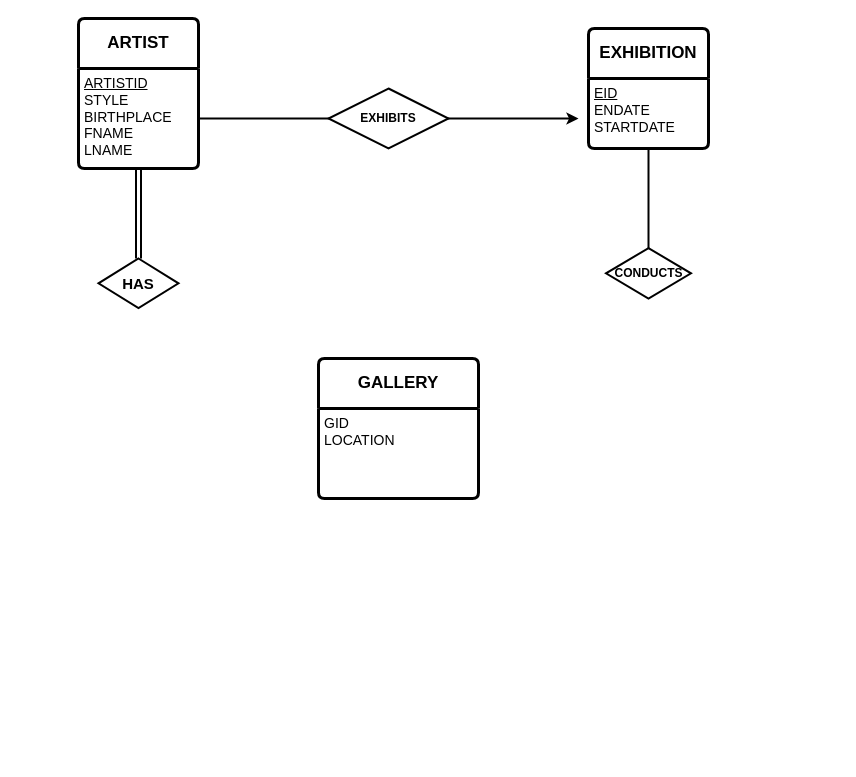
lalitdhimanth/4sem keeps this draw.io diagram as Untitled Diagram.drawio. Above is the earlier version. Source tidied: cells renumbered, new cells numbered last; positions are measured from the earlier drawing's top-left corner, leaving out a move shared by most shapes. Both pictures are drawn from the tidied source at 100%, with x=0, y=0 at pixel (78, 18).
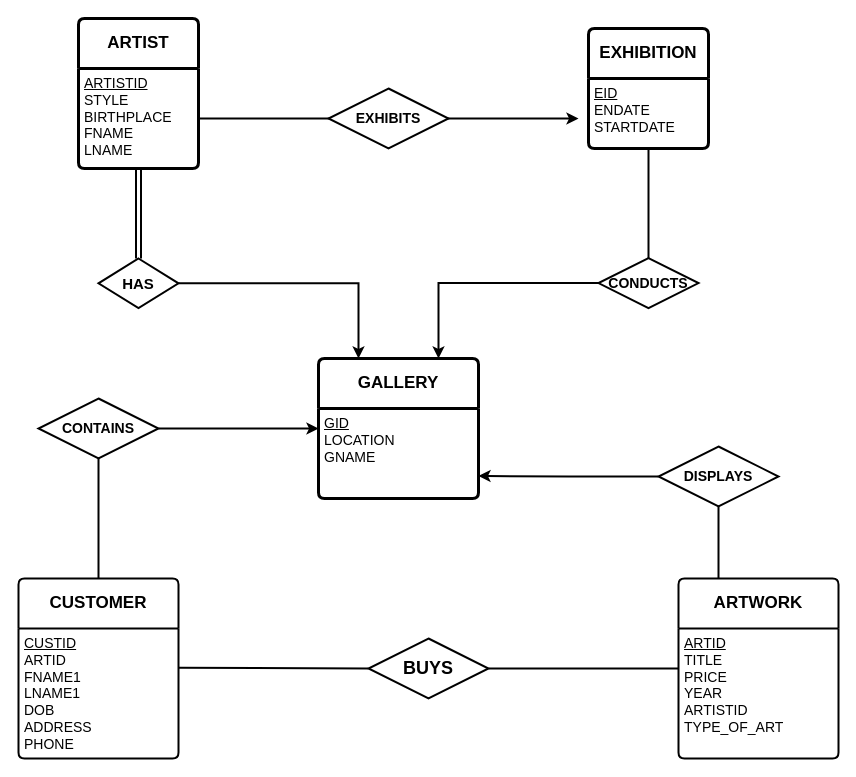
Above is the later version.

Unchanged cells that the change refers to:
```xml
<mxCell id="6" value="&lt;span style=&quot;font-size: 14px;&quot;&gt;&lt;u style=&quot;&quot;&gt;&lt;font style=&quot;font-size: 14px;&quot;&gt;EID&lt;/font&gt;&lt;/u&gt;&lt;/span&gt;&lt;div style=&quot;font-size: 14px;&quot;&gt;&lt;font style=&quot;font-size: 14px;&quot;&gt;ENDATE&lt;/font&gt;&lt;/div&gt;&lt;div style=&quot;font-size: 14px;&quot;&gt;&lt;font style=&quot;font-size: 14px;&quot;&gt;STARTDATE&lt;/font&gt;&lt;/div&gt;" style="align=left;strokeColor=none;fillColor=none;spacingLeft=4;fontSize=12;verticalAlign=top;html=1;" parent="5" vertex="1">
  <mxGeometry y="50" width="120" height="70" as="geometry" />
</mxCell>
<mxCell id="10" value="&lt;b&gt;&lt;font style=&quot;font-size: 15px;&quot;&gt;HAS&lt;/font&gt;&lt;/b&gt;" style="shape=rhombus;perimeter=rhombusPerimeter;whiteSpace=wrap;html=1;align=center;rotation=0;strokeWidth=2;" parent="1" vertex="1">
  <mxGeometry x="20" y="240" width="80" height="49.6" as="geometry" />
</mxCell>
<mxCell id="13" value="&lt;b&gt;&lt;font style=&quot;font-size: 17px;&quot;&gt;GALLERY&lt;/font&gt;&lt;/b&gt;" style="swimlane;horizontal=1;startSize=50;rounded=1;fontSize=14;fontStyle=0;strokeWidth=3;shadow=0;dashed=0;align=center;arcSize=4;whiteSpace=wrap;html=1;" parent="1" vertex="1">
  <mxGeometry x="240" y="340" width="160" height="140" as="geometry" />
</mxCell>
```

Diff of the diagram source:
```diff
@@
-    <mxCell id="8" value="&lt;b&gt;EXHIBITS&lt;/b&gt;" style="shape=rhombus;perimeter=rhombusPerimeter;whiteSpace=wrap;html=1;align=center;strokeWidth=2;" parent="1" vertex="1">
+    <mxCell id="8" value="&lt;font style=&quot;font-size: 14px;&quot;&gt;&lt;b&gt;EXHIBITS&lt;/b&gt;&lt;/font&gt;" style="shape=rhombus;perimeter=rhombusPerimeter;whiteSpace=wrap;html=1;align=center;strokeWidth=2;" parent="1" vertex="1">
       <mxGeometry x="250" y="70" width="120" height="60" as="geometry" />
     </mxCell>
@@
+    <mxCell id="15" style="edgeStyle=orthogonalEdgeStyle;rounded=0;jettySize=auto;html=1;entryX=0.25;entryY=0;entryDx=0;entryDy=0;strokeWidth=2;" parent="1" edge="1" source="10" target="13">
+      <mxGeometry relative="1" as="geometry" />
+    </mxCell>
@@
-    <mxCell id="11" style="edgeStyle=orthogonalEdgeStyle;rounded=0;jettySize=auto;html=1;strokeWidth=2;" parent="1" edge="1" source="6">
-      <mxGeometry relative="1" as="geometry">
-        <mxPoint x="570" y="250" as="targetPoint" />
-      </mxGeometry>
-    </mxCell>
+    <mxCell id="16" style="edgeStyle=orthogonalEdgeStyle;rounded=0;jettySize=auto;html=1;entryX=0.75;entryY=0;entryDx=0;entryDy=0;strokeWidth=2;" parent="1" edge="1" source="12" target="13">
+      <mxGeometry relative="1" as="geometry" />
+    </mxCell>
-    <mxCell id="12" value="&lt;b&gt;CONDUCTS&lt;/b&gt;" style="shape=rhombus;perimeter=rhombusPerimeter;whiteSpace=wrap;html=1;align=center;strokeWidth=2;" parent="1" vertex="1">
-      <mxGeometry x="527.5" y="229.6" width="85" height="50.4" as="geometry" />
+    <mxCell id="12" value="&lt;b&gt;&lt;font style=&quot;font-size: 14px;&quot;&gt;CONDUCTS&lt;/font&gt;&lt;/b&gt;" style="shape=rhombus;perimeter=rhombusPerimeter;whiteSpace=wrap;html=1;align=center;strokeWidth=2;" parent="1" vertex="1">
+      <mxGeometry x="520" y="239.6" width="100" height="50" as="geometry" />
     </mxCell>
@@
-    <mxCell id="14" value="&lt;font style=&quot;font-size: 14px;&quot;&gt;GID&lt;/font&gt;&lt;div&gt;&lt;font style=&quot;font-size: 14px;&quot;&gt;LOCATION&lt;/font&gt;&lt;/div&gt;" style="align=left;strokeColor=none;fillColor=none;spacingLeft=4;fontSize=12;verticalAlign=top;html=1;" parent="13" vertex="1">
+    <mxCell id="14" value="&lt;font style=&quot;font-size: 14px;&quot;&gt;&lt;u&gt;GID&lt;/u&gt;&lt;/font&gt;&lt;div&gt;&lt;font style=&quot;font-size: 14px;&quot;&gt;LOCATION&lt;/font&gt;&lt;/div&gt;&lt;div&gt;&lt;font style=&quot;font-size: 14px;&quot;&gt;GNAME&lt;/font&gt;&lt;/div&gt;" style="align=left;strokeColor=none;fillColor=none;spacingLeft=4;fontSize=12;verticalAlign=top;html=1;" parent="13" vertex="1">
       <mxGeometry y="50" width="160" height="90" as="geometry" />
     </mxCell>
+    <mxCell id="17" style="endArrow=none;html=1;rounded=0;entryX=0.5;entryY=0;entryDx=0;entryDy=0;exitX=0.5;exitY=1;exitDx=0;exitDy=0;strokeWidth=2;" parent="1" edge="1" source="6" target="12">
+      <mxGeometry relative="1" as="geometry" />
+    </mxCell>
+    <mxCell id="18" style="edgeStyle=orthogonalEdgeStyle;rounded=0;jettySize=auto;html=1;entryX=0;entryY=0.5;entryDx=0;entryDy=0;strokeWidth=2;" parent="1" edge="1" source="19" target="13">
+      <mxGeometry relative="1" as="geometry" />
+    </mxCell>
+    <mxCell id="19" value="&lt;font style=&quot;font-size: 14px;&quot;&gt;&lt;b&gt;CONTAINS&lt;/b&gt;&lt;/font&gt;" style="shape=rhombus;perimeter=rhombusPerimeter;whiteSpace=wrap;html=1;align=center;strokeWidth=2;" parent="1" vertex="1">
+      <mxGeometry x="-40" y="380" width="120" height="60" as="geometry" />
+    </mxCell>
+    <mxCell id="20" value="&lt;font style=&quot;font-size: 17px;&quot;&gt;&lt;b&gt;CUSTOMER&lt;/b&gt;&lt;/font&gt;" style="swimlane;horizontal=1;startSize=50;rounded=1;fontSize=14;fontStyle=0;strokeWidth=2;shadow=0;dashed=0;align=center;arcSize=4;whiteSpace=wrap;html=1;" parent="1" vertex="1">
+      <mxGeometry x="-60" y="560" width="160" height="180" as="geometry" />
+    </mxCell>
+    <mxCell id="21" value="&lt;span style=&quot;font-size: 14px;&quot;&gt;&lt;u&gt;CUSTID&lt;/u&gt;&lt;/span&gt;&lt;div&gt;&lt;span style=&quot;font-size: 14px;&quot;&gt;ARTID&lt;/span&gt;&lt;/div&gt;&lt;div&gt;&lt;span style=&quot;font-size: 14px;&quot;&gt;FNAME1&lt;/span&gt;&lt;/div&gt;&lt;div&gt;&lt;span style=&quot;font-size: 14px;&quot;&gt;LNAME1&lt;/span&gt;&lt;/div&gt;&lt;div&gt;&lt;span style=&quot;font-size: 14px;&quot;&gt;DOB&lt;/span&gt;&lt;/div&gt;&lt;div&gt;&lt;span style=&quot;font-size: 14px;&quot;&gt;ADDRESS&lt;/span&gt;&lt;/div&gt;&lt;div&gt;&lt;span style=&quot;font-size: 14px;&quot;&gt;PHONE&lt;/span&gt;&lt;/div&gt;" style="align=left;strokeColor=none;fillColor=none;spacingLeft=4;fontSize=12;verticalAlign=top;html=1;" parent="20" vertex="1">
+      <mxGeometry y="50" width="160" height="130" as="geometry" />
+    </mxCell>
+    <mxCell id="22" value="&lt;font style=&quot;font-size: 17px;&quot;&gt;&lt;b&gt;ARTWORK&lt;/b&gt;&lt;/font&gt;" style="swimlane;horizontal=1;startSize=50;rounded=1;fontSize=14;fontStyle=0;strokeWidth=2;shadow=0;dashed=0;align=center;arcSize=4;whiteSpace=wrap;html=1;" parent="1" vertex="1">
+      <mxGeometry x="600" y="560" width="160" height="180" as="geometry" />
+    </mxCell>
+    <mxCell id="23" value="&lt;span style=&quot;font-size: 14px;&quot;&gt;&lt;u&gt;ARTID&lt;/u&gt;&lt;/span&gt;&lt;div&gt;&lt;span style=&quot;font-size: 14px;&quot;&gt;TITLE&lt;/span&gt;&lt;/div&gt;&lt;div&gt;&lt;span style=&quot;font-size: 14px;&quot;&gt;PRICE&lt;/span&gt;&lt;/div&gt;&lt;div&gt;&lt;span style=&quot;font-size: 14px;&quot;&gt;YEAR&lt;/span&gt;&lt;/div&gt;&lt;div&gt;&lt;span style=&quot;font-size: 14px;&quot;&gt;ARTISTID&lt;/span&gt;&lt;/div&gt;&lt;div&gt;&lt;span style=&quot;font-size: 14px;&quot;&gt;TYPE_OF_ART&lt;/span&gt;&lt;/div&gt;" style="align=left;strokeColor=none;fillColor=none;spacingLeft=4;fontSize=12;verticalAlign=top;html=1;" parent="22" vertex="1">
+      <mxGeometry y="50" width="160" height="130" as="geometry" />
+    </mxCell>
+    <mxCell id="24" value="&lt;span style=&quot;font-size: 18px;&quot;&gt;&lt;b&gt;BUYS&lt;/b&gt;&lt;/span&gt;" style="shape=rhombus;perimeter=rhombusPerimeter;whiteSpace=wrap;html=1;align=center;strokeWidth=2;" parent="1" vertex="1">
+      <mxGeometry x="290" y="620" width="120" height="60" as="geometry" />
+    </mxCell>
+    <mxCell id="25" style="endArrow=none;html=1;rounded=0;entryX=0;entryY=0.5;entryDx=0;entryDy=0;strokeWidth=2;" parent="1" edge="1" target="24">
+      <mxGeometry relative="1" as="geometry">
+        <mxPoint x="100" y="649.2" as="sourcePoint" />
+      </mxGeometry>
+    </mxCell>
+    <mxCell id="26" style="endArrow=none;html=1;rounded=0;exitX=1;exitY=0.5;exitDx=0;exitDy=0;entryX=0;entryY=0.5;entryDx=0;entryDy=0;strokeWidth=2;" parent="1" edge="1" source="24" target="22">
+      <mxGeometry relative="1" as="geometry" />
+    </mxCell>
+    <mxCell id="27" style="endArrow=none;html=1;rounded=0;entryX=0.25;entryY=0;entryDx=0;entryDy=0;strokeWidth=2;exitX=0.5;exitY=1;exitDx=0;exitDy=0;" parent="1" edge="1" source="29" target="22">
+      <mxGeometry relative="1" as="geometry">
+        <Array as="points">
+          <mxPoint x="640" y="530" />
+        </Array>
+      </mxGeometry>
+    </mxCell>
+    <mxCell id="28" style="edgeStyle=orthogonalEdgeStyle;rounded=0;jettySize=auto;html=1;entryX=1;entryY=0.75;entryDx=0;entryDy=0;strokeWidth=2;" parent="1" edge="1" source="29" target="14">
+      <mxGeometry relative="1" as="geometry" />
+    </mxCell>
+    <mxCell id="29" value="&lt;font style=&quot;font-size: 14px;&quot;&gt;&lt;b&gt;DISPLAYS&lt;/b&gt;&lt;/font&gt;" style="shape=rhombus;perimeter=rhombusPerimeter;whiteSpace=wrap;html=1;align=center;strokeWidth=2;" parent="1" vertex="1">
+      <mxGeometry x="580" y="428" width="120" height="60" as="geometry" />
+    </mxCell>
+    <mxCell id="30" style="endArrow=none;html=1;rounded=0;entryX=0.5;entryY=0;entryDx=0;entryDy=0;exitX=0.5;exitY=1;exitDx=0;exitDy=0;strokeWidth=2;" parent="1" edge="1" source="19" target="20">
+      <mxGeometry relative="1" as="geometry" />
+    </mxCell>
```
